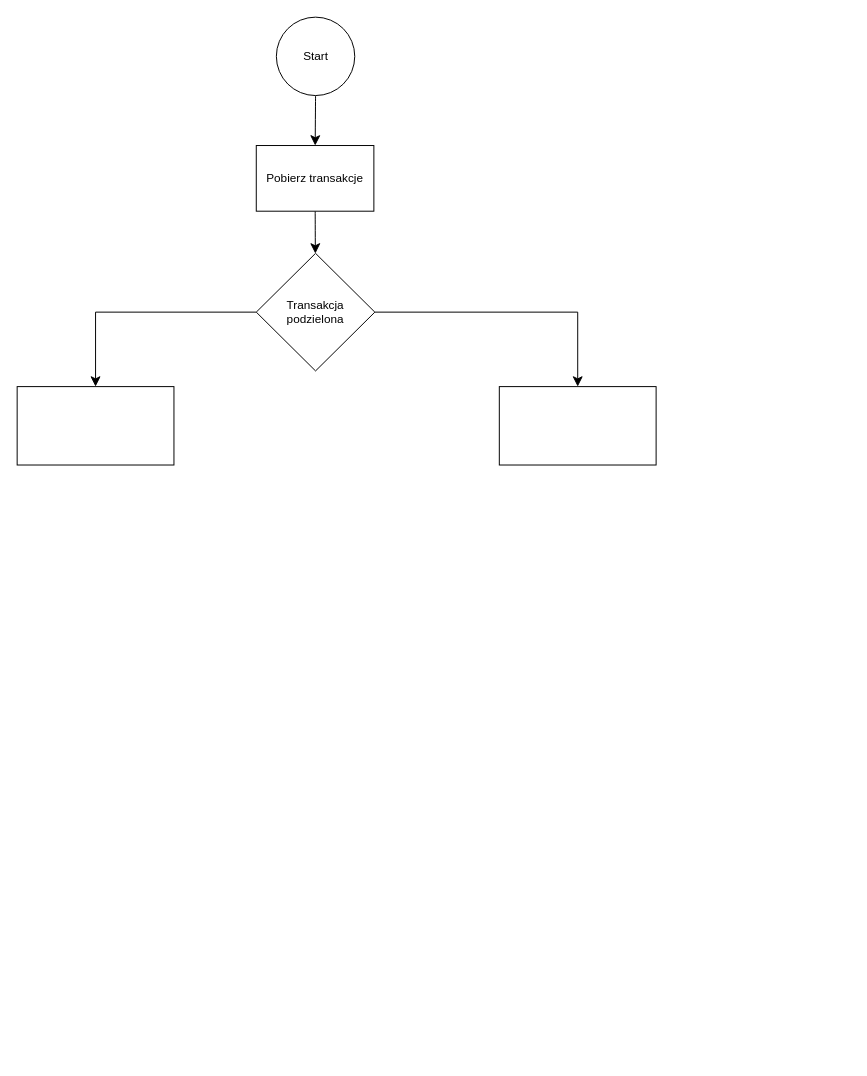
Earlier version of the draw.io diagram UsuwanieTransakcji.drawio (Dymekk208j/Diagrams). Source tidied: cells renumbered, new cells numbered last; positions are measured from the earlier drawing's top-left corner, leaving out a move shared by most shapes. Both pictures are drawn from the tidied source at 98%, with x=0, y=0 at pixel (17, 17).
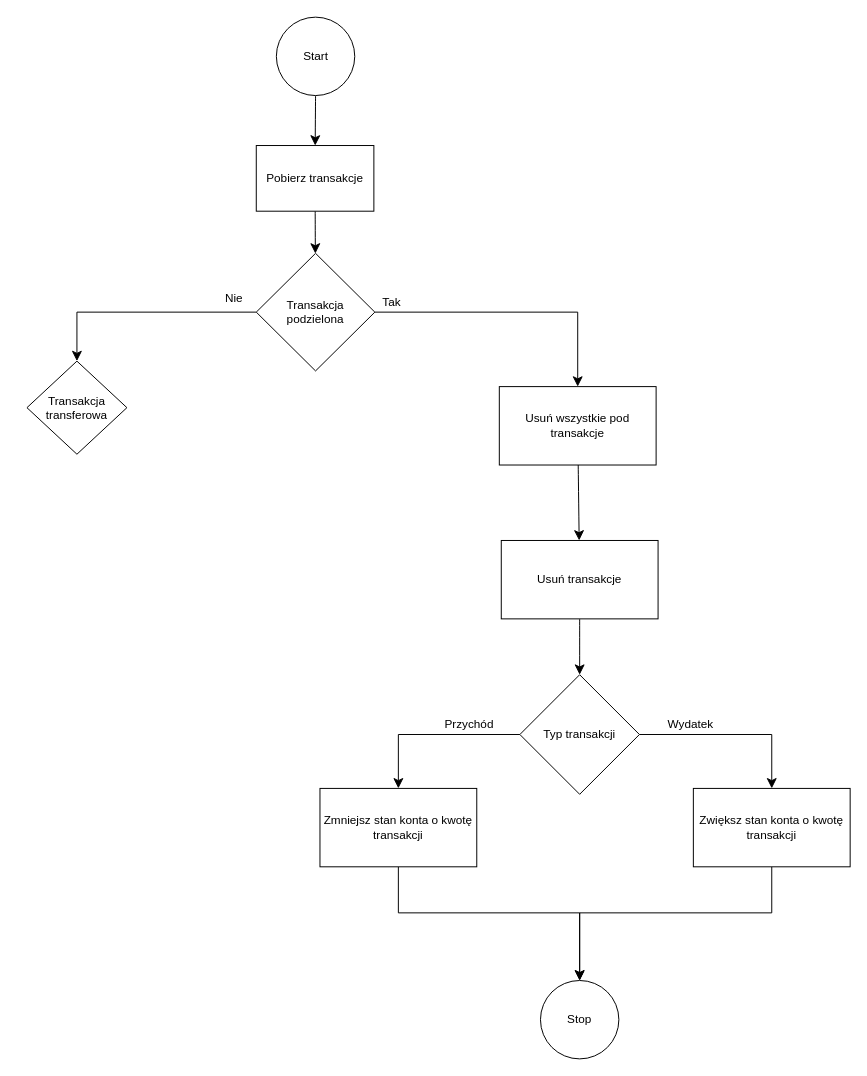
The same page after the edit.

Unchanged cells that the change refers to:
```xml
<mxCell id="8" value="Transakcja podzielona" style="rhombus;whiteSpace=wrap;html=1;" parent="1" vertex="1">
  <mxGeometry x="244" y="241" width="121" height="120" as="geometry" />
</mxCell>
```

Diff of the diagram source:
```diff
@@
-    <mxCell id="6" style="edgeStyle=orthogonalEdgeStyle;rounded=0;jettySize=auto;html=1;entryX=0.5;entryY=0;entryDx=0;entryDy=0;fontSize=12;startSize=8;endSize=8;" parent="1" edge="1" source="8" target="9">
-      <mxGeometry relative="1" as="geometry" />
-    </mxCell>
-    <mxCell id="7" style="rounded=0;jettySize=auto;html=1;entryX=0.5;entryY=0;entryDx=0;entryDy=0;fontSize=12;startSize=8;endSize=8;edgeStyle=orthogonalEdgeStyle;" parent="1" edge="1" source="8" target="10">
-      <mxGeometry relative="1" as="geometry" />
+    <mxCell id="7" value="Tak" style="rounded=0;jettySize=auto;html=1;entryX=0.5;entryY=0;entryDx=0;entryDy=0;fontSize=12;startSize=8;endSize=8;edgeStyle=orthogonalEdgeStyle;" parent="1" edge="1" source="8" target="10">
+      <mxGeometry x="-0.88" y="10" relative="1" as="geometry" />
     </mxCell>
+    <mxCell id="11" style="edgeStyle=orthogonalEdgeStyle;rounded=0;jettySize=auto;html=1;entryX=0.5;entryY=0;entryDx=0;entryDy=0;fontSize=12;startSize=8;endSize=8;" parent="1" edge="1" source="8" target="14">
+      <mxGeometry relative="1" as="geometry">
+        <Array as="points">
+          <mxPoint x="61" y="301" />
+        </Array>
+      </mxGeometry>
+    </mxCell>
+    <mxCell id="12" value="Nie" style="edgeLabel;html=1;align=center;verticalAlign=middle;fontSize=12;" parent="11" vertex="1">
+      <mxGeometry x="-0.36" relative="1" as="geometry">
+        <mxPoint x="51" y="-15" as="offset" />
+      </mxGeometry>
+    </mxCell>
@@
-    <mxCell id="9" style="rounded=0;whiteSpace=wrap;html=1;" parent="1" vertex="1">
-      <mxGeometry y="377" width="160" height="80" as="geometry" />
-    </mxCell>
+    <mxCell id="13" style="edgeStyle=none;curved=1;rounded=0;jettySize=auto;html=1;fontSize=12;startSize=8;endSize=8;" parent="1" edge="1" source="10" target="16">
+      <mxGeometry relative="1" as="geometry" />
+    </mxCell>
-    <mxCell id="10" style="rounded=0;whiteSpace=wrap;html=1;" parent="1" vertex="1">
+    <mxCell id="10" value="Usuń wszystkie pod transakcje" style="rounded=0;whiteSpace=wrap;html=1;" parent="1" vertex="1">
       <mxGeometry x="492" y="377" width="160" height="80" as="geometry" />
     </mxCell>
+    <mxCell id="14" value="Transakcja transferowa" style="rhombus;whiteSpace=wrap;html=1;" parent="1" vertex="1">
+      <mxGeometry x="10" y="351" width="102" height="95" as="geometry" />
+    </mxCell>
+    <mxCell id="15" style="edgeStyle=none;curved=1;rounded=0;jettySize=auto;html=1;fontSize=12;startSize=8;endSize=8;" parent="1" edge="1" source="16" target="20">
+      <mxGeometry relative="1" as="geometry" />
+    </mxCell>
+    <mxCell id="16" value="Usuń transakcje" style="rounded=0;whiteSpace=wrap;html=1;" parent="1" vertex="1">
+      <mxGeometry x="494" y="534" width="160" height="80" as="geometry" />
+    </mxCell>
+    <mxCell id="17" style="edgeStyle=orthogonalEdgeStyle;rounded=0;jettySize=auto;html=1;entryX=0.5;entryY=0;entryDx=0;entryDy=0;fontSize=12;startSize=8;endSize=8;" parent="1" edge="1" source="20" target="22">
+      <mxGeometry relative="1" as="geometry" />
+    </mxCell>
+    <mxCell id="18" value="Wydatek" style="edgeLabel;html=1;align=center;verticalAlign=middle;fontSize=12;" parent="17" vertex="1">
+      <mxGeometry x="-0.49" y="-1" relative="1" as="geometry">
+        <mxPoint x="3" y="-12" as="offset" />
+      </mxGeometry>
+    </mxCell>
+    <mxCell id="19" value="Przychód" style="edgeStyle=orthogonalEdgeStyle;rounded=0;jettySize=auto;html=1;entryX=0.5;entryY=0;entryDx=0;entryDy=0;fontSize=12;startSize=8;endSize=8;" parent="1" edge="1" source="20" target="24">
+      <mxGeometry x="-0.42" y="-10" relative="1" as="geometry" />
+    </mxCell>
+    <mxCell id="20" value="Typ transakcji" style="rhombus;whiteSpace=wrap;html=1;" parent="1" vertex="1">
+      <mxGeometry x="513" y="671" width="122" height="122" as="geometry" />
+    </mxCell>
+    <mxCell id="21" style="edgeStyle=orthogonalEdgeStyle;rounded=0;jettySize=auto;html=1;entryX=0.5;entryY=0;entryDx=0;entryDy=0;fontSize=12;startSize=8;endSize=8;" parent="1" edge="1" source="22" target="25">
+      <mxGeometry relative="1" as="geometry">
+        <Array as="points">
+          <mxPoint x="770" y="914" />
+          <mxPoint x="574" y="914" />
+        </Array>
+      </mxGeometry>
+    </mxCell>
+    <mxCell id="22" value="Zwiększ stan konta o kwotę transakcji" style="rounded=0;whiteSpace=wrap;html=1;" parent="1" vertex="1">
+      <mxGeometry x="690" y="787" width="160" height="80" as="geometry" />
+    </mxCell>
+    <mxCell id="23" style="edgeStyle=orthogonalEdgeStyle;rounded=0;jettySize=auto;html=1;entryX=0.5;entryY=0;entryDx=0;entryDy=0;fontSize=12;startSize=8;endSize=8;" parent="1" edge="1" source="24" target="25">
+      <mxGeometry relative="1" as="geometry">
+        <Array as="points">
+          <mxPoint x="389" y="914" />
+          <mxPoint x="574" y="914" />
+        </Array>
+      </mxGeometry>
+    </mxCell>
+    <mxCell id="24" value="Zmniejsz stan konta o kwotę transakcji" style="rounded=0;whiteSpace=wrap;html=1;" parent="1" vertex="1">
+      <mxGeometry x="309" y="787" width="160" height="80" as="geometry" />
+    </mxCell>
+    <mxCell id="25" value="Stop" style="ellipse;whiteSpace=wrap;html=1;" parent="1" vertex="1">
+      <mxGeometry x="534" y="983" width="80" height="80" as="geometry" />
+    </mxCell>
```
